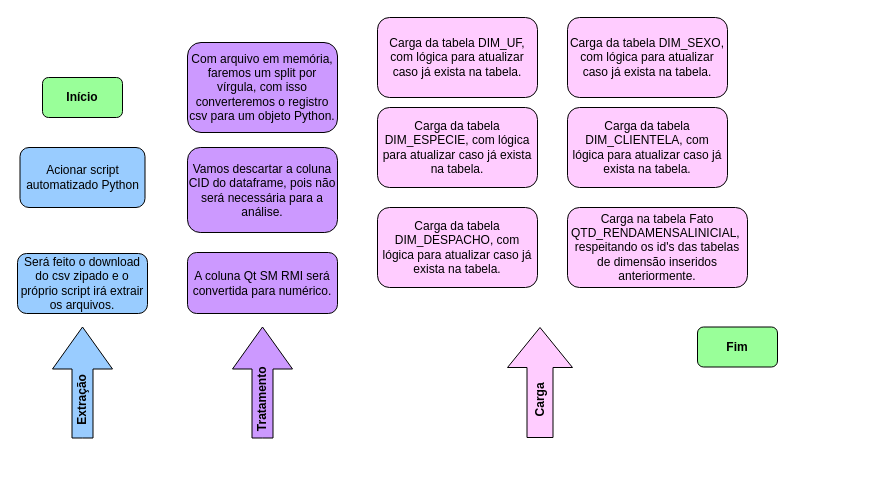
brunamedeiiros/tccpuc keeps this draw.io diagram as FLUXOETL.drawio. Above is the earlier version. Source tidied: cells renumbered, new cells numbered last; positions are measured from the earlier drawing's top-left corner, leaving out a move shared by most shapes. Both pictures are drawn from the tidied source at 100%, with x=0, y=0 at pixel (17, 17).
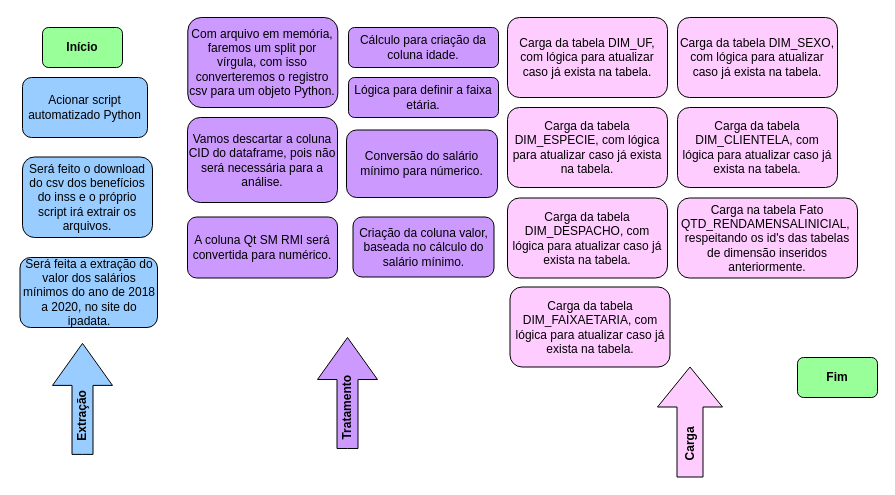
Above is the later version.

Diff of the diagram source:
```diff
@@
     <mxCell id="2" style="html=1;shadow=0;dashed=0;align=center;verticalAlign=middle;shape=mxgraph.arrows2.arrow;dy=0.6;dx=40;direction=north;notch=0;fillColor=#FFCCFF;" parent="1" vertex="1">
-      <mxGeometry x="490" y="310" width="65" height="110" as="geometry" />
+      <mxGeometry x="640" y="349.5" width="65" height="110" as="geometry" />
     </mxCell>
     <mxCell id="3" value="Acionar script automatizado Python" style="rounded=1;whiteSpace=wrap;html=1;fillColor=#99CCFF;" parent="1" vertex="1">
-      <mxGeometry x="2.5" y="130" width="125" height="60" as="geometry" />
+      <mxGeometry x="5" y="60" width="125" height="60" as="geometry" />
     </mxCell>
-    <mxCell id="4" value="Será feito o download do csv zipado e o próprio script irá extrair os arquivos." style="rounded=1;whiteSpace=wrap;html=1;fillColor=#99CCFF;" parent="1" vertex="1">
-      <mxGeometry y="236" width="130" height="60" as="geometry" />
+    <mxCell id="4" value="Será feito o download do csv dos benefícios do inss e o próprio script irá extrair os arquivos." style="rounded=1;whiteSpace=wrap;html=1;fillColor=#99CCFF;" parent="1" vertex="1">
+      <mxGeometry x="5" y="139.5" width="130" height="80.5" as="geometry" />
     </mxCell>
     <mxCell id="5" value="Com arquivo em memória, faremos um split por vírgula, com isso converteremos o registro csv para um objeto Python." style="rounded=1;whiteSpace=wrap;html=1;fillColor=#CC99FF;" parent="1" vertex="1">
-      <mxGeometry x="170" y="25" width="150" height="90" as="geometry" />
+      <mxGeometry x="170.3" width="150" height="90" as="geometry" />
     </mxCell>
     <mxCell id="6" style="rounded=1;whiteSpace=wrap;html=1;fillColor=#99FF99;" parent="1" vertex="1">
-      <mxGeometry x="25" y="60" width="80" height="40" as="geometry" />
+      <mxGeometry x="25" y="10" width="80" height="40" as="geometry" />
     </mxCell>
     <mxCell id="7" value="&lt;b&gt;Início&lt;/b&gt;" style="text;html=1;strokeColor=none;fillColor=#99FF99;align=center;verticalAlign=middle;whiteSpace=wrap;rounded=0;" parent="1" vertex="1">
-      <mxGeometry x="45" y="70" width="40" height="20" as="geometry" />
+      <mxGeometry x="45" y="20" width="40" height="20" as="geometry" />
     </mxCell>
     <mxCell id="8" value="Vamos descartar a coluna CID do dataframe, pois não será necessária para a análise." style="rounded=1;whiteSpace=wrap;html=1;fillColor=#CC99FF;" parent="1" vertex="1">
-      <mxGeometry x="170" y="130" width="150" height="85" as="geometry" />
+      <mxGeometry x="170" y="100" width="150" height="85" as="geometry" />
     </mxCell>
     <mxCell id="9" value="A coluna Qt SM RMI será convertida para numérico." style="rounded=1;whiteSpace=wrap;html=1;align=center;fillColor=#CC99FF;" parent="1" vertex="1">
-      <mxGeometry x="170" y="235" width="150" height="61" as="geometry" />
+      <mxGeometry x="170" y="199.5" width="150" height="61" as="geometry" />
     </mxCell>
     <mxCell id="10" value="Carga na tabela Fato QTD_RENDAMENSALINICIAL,&amp;nbsp;&lt;br&gt;respeitando os id's das tabelas de dimensão inseridos anteriormente." style="rounded=1;whiteSpace=wrap;html=1;fillColor=#FFCCFF;" parent="1" vertex="1">
-      <mxGeometry x="550" y="190" width="180" height="80" as="geometry" />
+      <mxGeometry x="660" y="180.5" width="180" height="80" as="geometry" />
     </mxCell>
     <mxCell id="11" value="Carga da tabela DIM_UF, com lógica para atualizar caso já exista na tabela." style="rounded=1;whiteSpace=wrap;html=1;fillColor=#FFCCFF;" parent="1" vertex="1">
-      <mxGeometry x="360" width="160" height="80" as="geometry" />
+      <mxGeometry x="490" width="160" height="80" as="geometry" />
     </mxCell>
     <mxCell id="12" style="html=1;shadow=0;dashed=0;align=center;verticalAlign=middle;shape=mxgraph.arrows2.arrow;dy=0.65;dx=42;direction=north;notch=0;fillColor=#CC99FF;" parent="1" vertex="1">
-      <mxGeometry x="215" y="309.5" width="60" height="111" as="geometry" />
+      <mxGeometry x="300" y="320" width="60" height="111" as="geometry" />
     </mxCell>
     <mxCell id="13" style="html=1;shadow=0;dashed=0;align=center;verticalAlign=middle;shape=mxgraph.arrows2.arrow;dy=0.65;dx=42;direction=north;notch=0;fillColor=#99CCFF;" parent="1" vertex="1">
-      <mxGeometry x="35" y="309.5" width="60" height="111" as="geometry" />
+      <mxGeometry x="35" y="325.9" width="60" height="111" as="geometry" />
     </mxCell>
     <mxCell id="14" value="&lt;b&gt;Tratamento&lt;/b&gt;" style="text;html=1;strokeColor=none;fillColor=none;align=center;verticalAlign=middle;whiteSpace=wrap;rounded=0;rotation=270;" parent="1" vertex="1">
-      <mxGeometry x="222.6" y="372.4" width="45.2" height="19.5" as="geometry" />
+      <mxGeometry x="307.4" y="380" width="45.2" height="19.5" as="geometry" />
     </mxCell>
     <mxCell id="15" value="&lt;b&gt;Extração&lt;/b&gt;" style="text;html=1;strokeColor=none;fillColor=none;align=center;verticalAlign=middle;whiteSpace=wrap;rounded=0;rotation=270;" parent="1" vertex="1">
-      <mxGeometry x="45" y="372.4" width="40" height="20" as="geometry" />
+      <mxGeometry x="45" y="388.4" width="40" height="20" as="geometry" />
     </mxCell>
     <mxCell id="16" value="&lt;b&gt;Carga&lt;/b&gt;" style="text;html=1;strokeColor=none;fillColor=none;align=center;verticalAlign=middle;whiteSpace=wrap;rounded=0;rotation=270;" parent="1" vertex="1">
-      <mxGeometry x="503" y="372.4" width="40" height="20" as="geometry" />
+      <mxGeometry x="652.5" y="416.9" width="40" height="20" as="geometry" />
     </mxCell>
     <mxCell id="17" value="Carga da tabela DIM_ESPECIE, com lógica para atualizar caso já exista na tabela." style="rounded=1;whiteSpace=wrap;html=1;fillColor=#FFCCFF;" parent="1" vertex="1">
-      <mxGeometry x="360" y="90" width="160" height="80" as="geometry" />
+      <mxGeometry x="490" y="90" width="160" height="80" as="geometry" />
     </mxCell>
     <mxCell id="18" value="Carga da tabela DIM_CLIENTELA, com lógica para atualizar caso já exista na tabela." style="rounded=1;whiteSpace=wrap;html=1;fillColor=#FFCCFF;" parent="1" vertex="1">
-      <mxGeometry x="550" y="90" width="160" height="80" as="geometry" />
+      <mxGeometry x="660" y="90" width="160" height="80" as="geometry" />
     </mxCell>
     <mxCell id="19" value="Carga da tabela DIM_SEXO, com lógica para atualizar caso já exista na tabela." style="rounded=1;whiteSpace=wrap;html=1;fillColor=#FFCCFF;" parent="1" vertex="1">
-      <mxGeometry x="550" width="160" height="80" as="geometry" />
+      <mxGeometry x="660" width="160" height="80" as="geometry" />
     </mxCell>
     <mxCell id="20" value="Carga da tabela DIM_DESPACHO, com lógica para atualizar caso já exista na tabela." style="rounded=1;whiteSpace=wrap;html=1;fillColor=#FFCCFF;" parent="1" vertex="1">
-      <mxGeometry x="360" y="190" width="160" height="80" as="geometry" />
+      <mxGeometry x="490" y="180.5" width="160" height="80" as="geometry" />
     </mxCell>
     <mxCell id="21" value="&lt;b&gt;Fim&lt;/b&gt;" style="rounded=1;whiteSpace=wrap;html=1;fillColor=#99FF99;" parent="1" vertex="1">
-      <mxGeometry x="680" y="309.5" width="80" height="40" as="geometry" />
+      <mxGeometry x="780" y="340" width="80" height="40" as="geometry" />
     </mxCell>
+    <mxCell id="22" value="Cálculo para criação da coluna idade." style="rounded=1;whiteSpace=wrap;html=1;align=center;fillColor=#CC99FF;" parent="1" vertex="1">
+      <mxGeometry x="331" y="10" width="150" height="40" as="geometry" />
+    </mxCell>
+    <mxCell id="23" value="Lógica para definir a faixa etária." style="rounded=1;whiteSpace=wrap;html=1;align=center;fillColor=#CC99FF;" parent="1" vertex="1">
+      <mxGeometry x="331" y="60" width="150" height="40" as="geometry" />
+    </mxCell>
+    <mxCell id="24" value="Conversão do salário mínimo para númerico." style="rounded=1;whiteSpace=wrap;html=1;align=center;fillColor=#CC99FF;" parent="1" vertex="1">
+      <mxGeometry x="329" y="112.5" width="151" height="67.5" as="geometry" />
+    </mxCell>
+    <mxCell id="25" value="Criação da coluna valor, baseada no cálculo do salário mínimo." style="rounded=1;whiteSpace=wrap;html=1;align=center;fillColor=#CC99FF;" parent="1" vertex="1">
+      <mxGeometry x="335.5" y="199.5" width="141" height="60" as="geometry" />
+    </mxCell>
+    <mxCell id="26" value="Será feita a extração do valor dos salários mínimos do ano de 2018 a 2020, no site do ipadata." style="rounded=1;whiteSpace=wrap;html=1;fillColor=#99CCFF;" parent="1" vertex="1">
+      <mxGeometry x="2.5" y="240" width="137.5" height="70" as="geometry" />
+    </mxCell>
+    <mxCell id="27" value="Carga da tabela DIM_FAIXAETARIA, com lógica para atualizar caso já exista na tabela." style="rounded=1;whiteSpace=wrap;html=1;fillColor=#FFCCFF;" parent="1" vertex="1">
+      <mxGeometry x="492.5" y="269.5" width="160" height="80" as="geometry" />
+    </mxCell>
```
